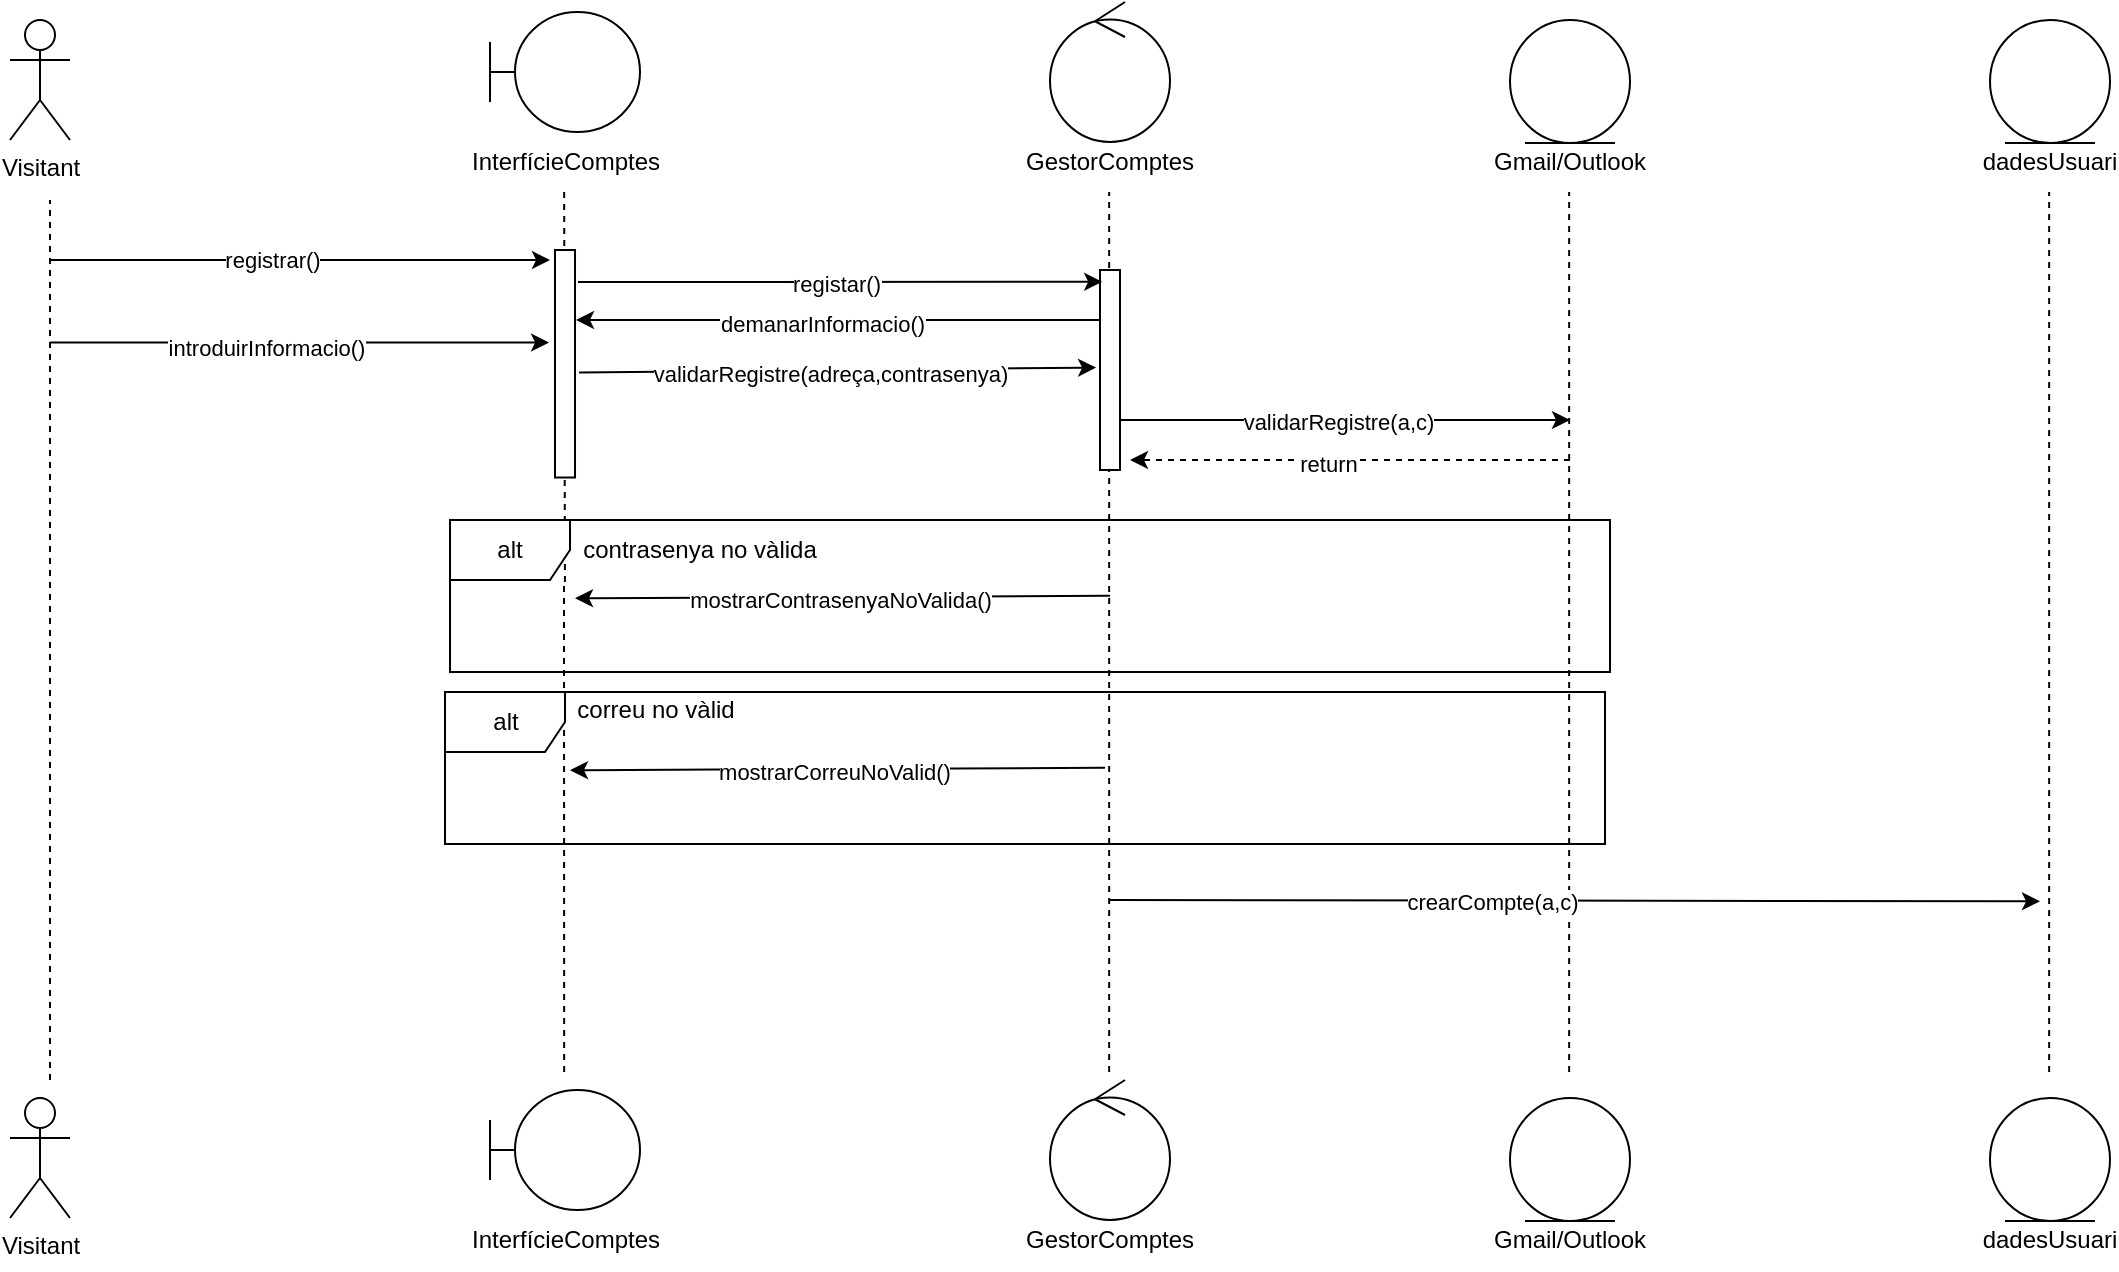
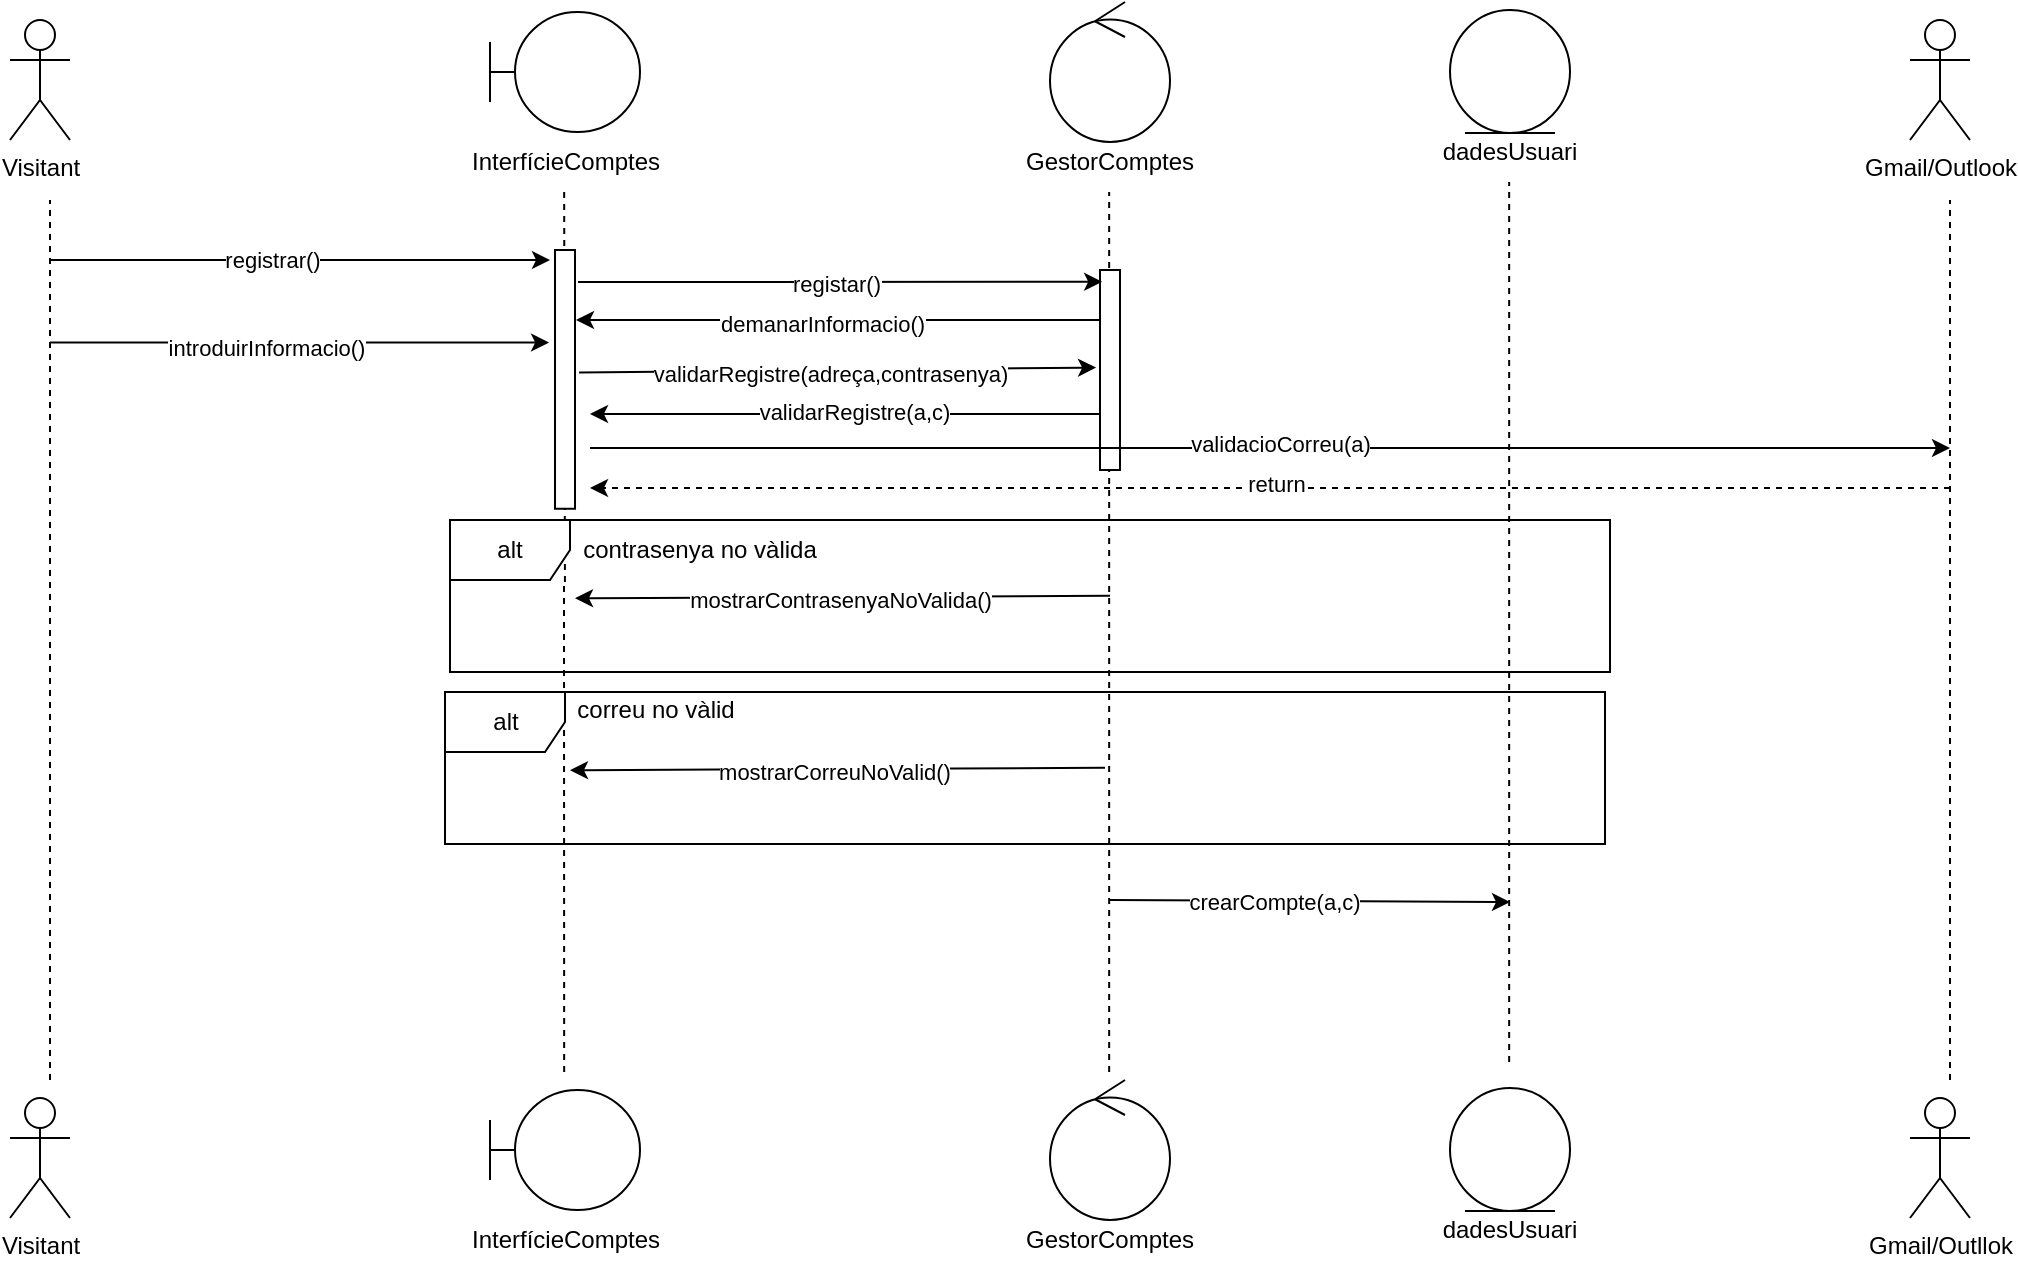
<mxfile host="Electron">
  <diagram name="Pàgina-1" id="qvVAie-Hl5Rr7k6o38sZ">
-     <mxGraphModel dx="1414" dy="882" grid="1" gridSize="10" guides="1" tooltips="1" connect="1" arrows="1" fold="1" page="1" pageScale="1" pageWidth="1169" pageHeight="827" math="0" shadow="0">
+     <mxGraphModel dx="1347" dy="840" grid="1" gridSize="10" guides="1" tooltips="1" connect="1" arrows="1" fold="1" page="1" pageScale="1" pageWidth="1169" pageHeight="827" math="0" shadow="0">
      <root>
        <mxCell id="0" />
        <mxCell id="1" parent="0" />
        <mxCell id="b8Wn0gmdy3Yzb2cbIPzx-2" parent="1" style="shape=umlActor;verticalLabelPosition=bottom;verticalAlign=top;html=1;outlineConnect=0;" value="Visitant" vertex="1">
-           <mxGeometry height="60" width="30" x="70" y="106" as="geometry" />
+           <mxGeometry height="60" width="30" x="80" y="105" as="geometry" />
        </mxCell>
        <mxCell id="b8Wn0gmdy3Yzb2cbIPzx-11" connectable="0" parent="1" style="group" value="" vertex="1">
-           <mxGeometry height="90" width="75" x="310" y="102" as="geometry" />
+           <mxGeometry height="90" width="75" x="320" y="101" as="geometry" />
        </mxCell>
        <mxCell id="b8Wn0gmdy3Yzb2cbIPzx-6" parent="b8Wn0gmdy3Yzb2cbIPzx-11" style="shape=umlBoundary;whiteSpace=wrap;html=1;" value="" vertex="1">
          <mxGeometry height="60" width="75" as="geometry" />
        </mxCell>
        <mxCell id="b8Wn0gmdy3Yzb2cbIPzx-9" parent="b8Wn0gmdy3Yzb2cbIPzx-11" style="text;html=1;whiteSpace=wrap;strokeColor=none;fillColor=none;align=center;verticalAlign=middle;rounded=0;" value="InterfícieComptes" vertex="1">
          <mxGeometry height="30" width="60" x="7.5" y="60" as="geometry" />
        </mxCell>
        <mxCell id="b8Wn0gmdy3Yzb2cbIPzx-14" connectable="0" parent="1" style="group" value="" vertex="1">
-           <mxGeometry height="95" width="60" x="590" y="97" as="geometry" />
+           <mxGeometry height="95" width="60" x="600" y="96" as="geometry" />
        </mxCell>
        <mxCell id="b8Wn0gmdy3Yzb2cbIPzx-12" parent="b8Wn0gmdy3Yzb2cbIPzx-14" style="ellipse;shape=umlControl;whiteSpace=wrap;html=1;" value="" vertex="1">
          <mxGeometry height="70" width="60" as="geometry" />
        </mxCell>
        <mxCell id="b8Wn0gmdy3Yzb2cbIPzx-13" parent="b8Wn0gmdy3Yzb2cbIPzx-14" style="text;html=1;whiteSpace=wrap;strokeColor=none;fillColor=none;align=center;verticalAlign=middle;rounded=0;" value="GestorComptes" vertex="1">
          <mxGeometry height="30" width="60" y="65" as="geometry" />
        </mxCell>
        <mxCell id="b8Wn0gmdy3Yzb2cbIPzx-15" edge="1" parent="1" style="endArrow=none;dashed=1;html=1;rounded=0;" value="">
          <mxGeometry height="50" relative="1" width="50" as="geometry">
-             <mxPoint x="90" y="636" as="sourcePoint" />
-             <mxPoint x="90" y="196" as="targetPoint" />
+             <mxPoint x="100" y="635" as="sourcePoint" />
+             <mxPoint x="100" y="195" as="targetPoint" />
          </mxGeometry>
        </mxCell>
        <mxCell id="b8Wn0gmdy3Yzb2cbIPzx-16" edge="1" parent="1" style="endArrow=none;dashed=1;html=1;rounded=0;" value="">
          <mxGeometry height="50" relative="1" width="50" as="geometry">
-             <mxPoint x="347.46769230769223" y="387" as="sourcePoint" />
-             <mxPoint x="347.08000000000004" y="192" as="targetPoint" />
+             <mxPoint x="357.46769230769223" y="386" as="sourcePoint" />
+             <mxPoint x="357.08000000000004" y="191" as="targetPoint" />
          </mxGeometry>
        </mxCell>
        <mxCell id="b8Wn0gmdy3Yzb2cbIPzx-17" edge="1" parent="1" style="endArrow=none;dashed=1;html=1;rounded=0;" value="">
          <mxGeometry height="50" relative="1" width="50" as="geometry">
-             <mxPoint x="619.58" y="632" as="sourcePoint" />
-             <mxPoint x="619.58" y="192" as="targetPoint" />
+             <mxPoint x="629.58" y="631" as="sourcePoint" />
+             <mxPoint x="629.58" y="191" as="targetPoint" />
          </mxGeometry>
        </mxCell>
        <mxCell id="b8Wn0gmdy3Yzb2cbIPzx-18" edge="1" parent="1" style="endArrow=classic;html=1;rounded=0;" value="">
          <mxGeometry height="50" relative="1" width="50" as="geometry">
-             <mxPoint x="90" y="226" as="sourcePoint" />
-             <mxPoint x="340" y="226" as="targetPoint" />
+             <mxPoint x="100" y="225" as="sourcePoint" />
+             <mxPoint x="350" y="225" as="targetPoint" />
          </mxGeometry>
        </mxCell>
        <mxCell id="b8Wn0gmdy3Yzb2cbIPzx-19" connectable="0" parent="b8Wn0gmdy3Yzb2cbIPzx-18" style="edgeLabel;html=1;align=center;verticalAlign=middle;resizable=0;points=[];" value="registrar()" vertex="1">
          <mxGeometry relative="1" x="-0.1173" as="geometry">
            <mxPoint as="offset" />
          </mxGeometry>
        </mxCell>
        <mxCell id="b8Wn0gmdy3Yzb2cbIPzx-20" parent="1" style="rounded=0;whiteSpace=wrap;html=1;rotation=90;" value="" vertex="1">
-           <mxGeometry height="10" width="113.75" x="290.63" y="272.88" as="geometry" />
+           <mxGeometry height="10" width="129.37" x="292.82" y="279.69" as="geometry" />
        </mxCell>
        <mxCell id="b8Wn0gmdy3Yzb2cbIPzx-23" parent="1" style="rounded=0;whiteSpace=wrap;html=1;rotation=90;" value="" vertex="1">
-           <mxGeometry height="10" width="100" x="570" y="276" as="geometry" />
+           <mxGeometry height="10" width="100" x="580" y="275" as="geometry" />
        </mxCell>
        <mxCell id="b8Wn0gmdy3Yzb2cbIPzx-21" edge="1" parent="1" style="endArrow=classic;html=1;rounded=0;entryX=0.059;entryY=0.893;entryDx=0;entryDy=0;entryPerimeter=0;" target="b8Wn0gmdy3Yzb2cbIPzx-23" value="">
          <mxGeometry height="50" relative="1" width="50" as="geometry">
-             <mxPoint x="354" y="237" as="sourcePoint" />
-             <mxPoint x="610" y="236" as="targetPoint" />
+             <mxPoint x="364" y="236" as="sourcePoint" />
+             <mxPoint x="620" y="235" as="targetPoint" />
          </mxGeometry>
        </mxCell>
        <mxCell id="b8Wn0gmdy3Yzb2cbIPzx-22" connectable="0" parent="b8Wn0gmdy3Yzb2cbIPzx-21" style="edgeLabel;html=1;align=center;verticalAlign=middle;resizable=0;points=[];" value="registar()" vertex="1">
          <mxGeometry relative="1" x="-0.0192" y="-1" as="geometry">
            <mxPoint as="offset" />
          </mxGeometry>
        </mxCell>
        <mxCell id="b8Wn0gmdy3Yzb2cbIPzx-24" edge="1" parent="1" source="b8Wn0gmdy3Yzb2cbIPzx-23" style="endArrow=classic;html=1;rounded=0;exitX=0.25;exitY=1;exitDx=0;exitDy=0;" value="">
          <mxGeometry height="50" relative="1" width="50" as="geometry">
-             <mxPoint x="610" y="251" as="sourcePoint" />
-             <mxPoint x="353" y="256" as="targetPoint" />
+             <mxPoint x="620" y="250" as="sourcePoint" />
+             <mxPoint x="363" y="255" as="targetPoint" />
          </mxGeometry>
        </mxCell>
        <mxCell id="b8Wn0gmdy3Yzb2cbIPzx-25" connectable="0" parent="b8Wn0gmdy3Yzb2cbIPzx-24" style="edgeLabel;html=1;align=center;verticalAlign=middle;resizable=0;points=[];" value="demanarInformacio()" vertex="1">
          <mxGeometry relative="1" x="0.0654" y="2" as="geometry">
            <mxPoint as="offset" />
          </mxGeometry>
        </mxCell>
        <mxCell id="b8Wn0gmdy3Yzb2cbIPzx-26" edge="1" parent="1" style="endArrow=classic;html=1;rounded=0;entryX=0.559;entryY=1.295;entryDx=0;entryDy=0;entryPerimeter=0;" value="">
          <mxGeometry height="50" relative="1" width="50" as="geometry">
-             <mxPoint x="90" y="267.25" as="sourcePoint" />
-             <mxPoint x="339.54999999999995" y="267.2500000000001" as="targetPoint" />
+             <mxPoint x="100" y="266.25" as="sourcePoint" />
+             <mxPoint x="349.54999999999995" y="266.2500000000001" as="targetPoint" />
          </mxGeometry>
        </mxCell>
        <mxCell id="b8Wn0gmdy3Yzb2cbIPzx-27" connectable="0" parent="b8Wn0gmdy3Yzb2cbIPzx-26" style="edgeLabel;html=1;align=center;verticalAlign=middle;resizable=0;points=[];" value="introduirInformacio()" vertex="1">
          <mxGeometry relative="1" x="-0.1358" y="-2" as="geometry">
            <mxPoint as="offset" />
          </mxGeometry>
        </mxCell>
        <mxCell id="b8Wn0gmdy3Yzb2cbIPzx-28" edge="1" parent="1" style="endArrow=classic;html=1;rounded=0;exitX=0.865;exitY=-0.203;exitDx=0;exitDy=0;exitPerimeter=0;entryX=0.589;entryY=1.197;entryDx=0;entryDy=0;entryPerimeter=0;" value="">
          <mxGeometry height="50" relative="1" width="50" as="geometry">
-             <mxPoint x="354.5300000000002" y="282.23249999999996" as="sourcePoint" />
-             <mxPoint x="613.0300000000002" y="279.7700000000001" as="targetPoint" />
+             <mxPoint x="364.5300000000002" y="281.23249999999996" as="sourcePoint" />
+             <mxPoint x="623.0300000000002" y="278.7700000000001" as="targetPoint" />
          </mxGeometry>
        </mxCell>
        <mxCell id="b8Wn0gmdy3Yzb2cbIPzx-29" connectable="0" parent="b8Wn0gmdy3Yzb2cbIPzx-28" style="edgeLabel;html=1;align=center;verticalAlign=middle;resizable=0;points=[];" value="validarRegistre(adreça,contrasenya)" vertex="1">
          <mxGeometry relative="1" x="-0.0334" y="-2" as="geometry">
            <mxPoint as="offset" />
          </mxGeometry>
        </mxCell>
-         <mxCell id="b8Wn0gmdy3Yzb2cbIPzx-30" parent="1" style="ellipse;shape=umlEntity;whiteSpace=wrap;html=1;" value="" vertex="1">
-           <mxGeometry height="61.5" width="60" x="820" y="106" as="geometry" />
-         </mxCell>
-         <mxCell id="b8Wn0gmdy3Yzb2cbIPzx-31" parent="1" style="text;html=1;whiteSpace=wrap;strokeColor=none;fillColor=none;align=center;verticalAlign=middle;rounded=0;" value="Gmail/Outlook" vertex="1">
-           <mxGeometry height="30" width="60" x="820" y="162" as="geometry" />
-         </mxCell>
-         <mxCell id="b8Wn0gmdy3Yzb2cbIPzx-32" edge="1" parent="1" style="endArrow=none;dashed=1;html=1;rounded=0;" value="">
-           <mxGeometry height="50" relative="1" width="50" as="geometry">
-             <mxPoint x="849.58" y="632" as="sourcePoint" />
-             <mxPoint x="849.58" y="192" as="targetPoint" />
-           </mxGeometry>
-         </mxCell>
-         <mxCell id="b8Wn0gmdy3Yzb2cbIPzx-33" edge="1" parent="1" source="b8Wn0gmdy3Yzb2cbIPzx-23" style="endArrow=classic;html=1;rounded=0;exitX=0.75;exitY=0;exitDx=0;exitDy=0;" value="">
-           <mxGeometry height="50" relative="1" width="50" as="geometry">
-             <mxPoint x="630" y="306" as="sourcePoint" />
-             <mxPoint x="850" y="306" as="targetPoint" />
+         <mxCell id="b8Wn0gmdy3Yzb2cbIPzx-33" edge="1" parent="1" style="endArrow=classic;html=1;rounded=0;exitX=0.75;exitY=1;exitDx=0;exitDy=0;" value="">
+           <mxGeometry height="50" relative="1" width="50" as="geometry">
+             <mxPoint x="625" y="302" as="sourcePoint" />
+             <mxPoint x="370" y="302" as="targetPoint" />
          </mxGeometry>
        </mxCell>
        <mxCell id="b8Wn0gmdy3Yzb2cbIPzx-34" connectable="0" parent="b8Wn0gmdy3Yzb2cbIPzx-33" style="edgeLabel;html=1;align=center;verticalAlign=middle;resizable=0;points=[];" value="validarRegistre(a,c)" vertex="1">
          <mxGeometry relative="1" x="-0.0341" y="-1" as="geometry">
            <mxPoint as="offset" />
          </mxGeometry>
        </mxCell>
-         <mxCell id="b8Wn0gmdy3Yzb2cbIPzx-35" edge="1" parent="1" style="endArrow=classic;html=1;rounded=0;dashed=1;" value="">
-           <mxGeometry height="50" relative="1" width="50" as="geometry">
-             <mxPoint x="850" y="326" as="sourcePoint" />
-             <mxPoint x="630" y="326" as="targetPoint" />
-           </mxGeometry>
-         </mxCell>
-         <mxCell id="b8Wn0gmdy3Yzb2cbIPzx-36" connectable="0" parent="b8Wn0gmdy3Yzb2cbIPzx-35" style="edgeLabel;html=1;align=center;verticalAlign=middle;resizable=0;points=[];" value="return" vertex="1">
-           <mxGeometry relative="1" x="0.103" y="2" as="geometry">
-             <mxPoint as="offset" />
-           </mxGeometry>
-         </mxCell>
        <mxCell id="b8Wn0gmdy3Yzb2cbIPzx-37" parent="1" style="shape=umlFrame;whiteSpace=wrap;html=1;pointerEvents=0;" value="alt" vertex="1">
-           <mxGeometry height="76" width="580" x="290" y="356" as="geometry" />
+           <mxGeometry height="76" width="580" x="300" y="355" as="geometry" />
        </mxCell>
        <mxCell id="b8Wn0gmdy3Yzb2cbIPzx-38" parent="1" style="text;html=1;whiteSpace=wrap;strokeColor=none;fillColor=none;align=center;verticalAlign=middle;rounded=0;" value="contrasenya no vàlida" vertex="1">
-           <mxGeometry height="30" width="150" x="340" y="356" as="geometry" />
+           <mxGeometry height="30" width="150" x="350" y="355" as="geometry" />
        </mxCell>
        <mxCell id="b8Wn0gmdy3Yzb2cbIPzx-39" edge="1" parent="1" style="endArrow=classic;html=1;rounded=0;entryX=0.25;entryY=0;entryDx=0;entryDy=0;" value="">
          <mxGeometry height="50" relative="1" width="50" as="geometry">
-             <mxPoint x="620" y="393.89406593406596" as="sourcePoint" />
-             <mxPoint x="352.5" y="395.125" as="targetPoint" />
+             <mxPoint x="630" y="392.89406593406596" as="sourcePoint" />
+             <mxPoint x="362.5" y="394.125" as="targetPoint" />
          </mxGeometry>
        </mxCell>
        <mxCell id="b8Wn0gmdy3Yzb2cbIPzx-42" connectable="0" parent="b8Wn0gmdy3Yzb2cbIPzx-39" style="edgeLabel;html=1;align=center;verticalAlign=middle;resizable=0;points=[];" value="mostrarContrasenyaNoValida()" vertex="1">
          <mxGeometry relative="1" x="0.0131" y="1" as="geometry">
            <mxPoint as="offset" />
          </mxGeometry>
        </mxCell>
        <mxCell id="b8Wn0gmdy3Yzb2cbIPzx-41" edge="1" parent="1" style="endArrow=none;dashed=1;html=1;rounded=0;" value="">
          <mxGeometry height="50" relative="1" width="50" as="geometry">
-             <mxPoint x="347.08000000000004" y="632" as="sourcePoint" />
-             <mxPoint x="347" y="386" as="targetPoint" />
+             <mxPoint x="357.08000000000004" y="631" as="sourcePoint" />
+             <mxPoint x="357" y="385" as="targetPoint" />
          </mxGeometry>
        </mxCell>
        <mxCell id="b8Wn0gmdy3Yzb2cbIPzx-46" parent="1" style="text;html=1;whiteSpace=wrap;strokeColor=none;fillColor=none;align=center;verticalAlign=middle;rounded=0;" value="dadesUsuari" vertex="1">
-           <mxGeometry height="30" width="60" x="1060" y="162" as="geometry" />
+           <mxGeometry height="30" width="60" x="800" y="156" as="geometry" />
        </mxCell>
        <mxCell id="b8Wn0gmdy3Yzb2cbIPzx-47" parent="1" style="ellipse;shape=umlEntity;whiteSpace=wrap;html=1;" value="" vertex="1">
-           <mxGeometry height="61.5" width="60" x="1060" y="106" as="geometry" />
+           <mxGeometry height="61.5" width="60" x="800" y="100" as="geometry" />
        </mxCell>
        <mxCell id="b8Wn0gmdy3Yzb2cbIPzx-48" edge="1" parent="1" style="endArrow=none;dashed=1;html=1;rounded=0;" value="">
          <mxGeometry height="50" relative="1" width="50" as="geometry">
-             <mxPoint x="1089.58" y="632" as="sourcePoint" />
-             <mxPoint x="1089.58" y="192" as="targetPoint" />
+             <mxPoint x="829.5799999999999" y="626" as="sourcePoint" />
+             <mxPoint x="829.5799999999999" y="186" as="targetPoint" />
          </mxGeometry>
        </mxCell>
        <mxCell id="b8Wn0gmdy3Yzb2cbIPzx-53" edge="1" parent="1" style="endArrow=classic;html=1;rounded=0;exitX=0.25;exitY=0;exitDx=0;exitDy=0;" value="">
          <mxGeometry height="50" relative="1" width="50" as="geometry">
-             <mxPoint x="620" y="546" as="sourcePoint" />
-             <mxPoint x="1084.9949999999997" y="546.6824999999999" as="targetPoint" />
+             <mxPoint x="630" y="545" as="sourcePoint" />
+             <mxPoint x="830" y="546" as="targetPoint" />
          </mxGeometry>
        </mxCell>
        <mxCell id="b8Wn0gmdy3Yzb2cbIPzx-54" connectable="0" parent="b8Wn0gmdy3Yzb2cbIPzx-53" style="edgeLabel;html=1;align=center;verticalAlign=middle;resizable=0;points=[];" value="crearCompte(a,c)" vertex="1">
          <mxGeometry relative="1" x="-0.1814" as="geometry">
            <mxPoint as="offset" />
          </mxGeometry>
        </mxCell>
        <mxCell id="b8Wn0gmdy3Yzb2cbIPzx-63" parent="1" style="shape=umlFrame;whiteSpace=wrap;html=1;pointerEvents=0;" value="alt" vertex="1">
-           <mxGeometry height="76" width="580" x="287.5" y="442" as="geometry" />
+           <mxGeometry height="76" width="580" x="297.5" y="441" as="geometry" />
        </mxCell>
        <mxCell id="b8Wn0gmdy3Yzb2cbIPzx-64" parent="1" style="text;html=1;whiteSpace=wrap;strokeColor=none;fillColor=none;align=center;verticalAlign=middle;rounded=0;" value="correu no vàlid" vertex="1">
-           <mxGeometry height="30" width="150" x="317.5" y="436" as="geometry" />
+           <mxGeometry height="30" width="150" x="327.5" y="435" as="geometry" />
        </mxCell>
        <mxCell id="b8Wn0gmdy3Yzb2cbIPzx-65" edge="1" parent="1" style="endArrow=classic;html=1;rounded=0;entryX=0.25;entryY=0;entryDx=0;entryDy=0;" value="">
          <mxGeometry height="50" relative="1" width="50" as="geometry">
-             <mxPoint x="617.5" y="479.89406593406596" as="sourcePoint" />
-             <mxPoint x="350" y="481.125" as="targetPoint" />
+             <mxPoint x="627.5" y="478.89406593406596" as="sourcePoint" />
+             <mxPoint x="360" y="480.125" as="targetPoint" />
          </mxGeometry>
        </mxCell>
        <mxCell id="b8Wn0gmdy3Yzb2cbIPzx-66" connectable="0" parent="b8Wn0gmdy3Yzb2cbIPzx-65" style="edgeLabel;html=1;align=center;verticalAlign=middle;resizable=0;points=[];" value="mostrarCorreuNoValid()" vertex="1">
          <mxGeometry relative="1" x="0.0131" y="1" as="geometry">
            <mxPoint as="offset" />
          </mxGeometry>
        </mxCell>
        <mxCell id="uUMD0QvA0uBDa8OYyUd7-1" parent="1" style="shape=umlActor;verticalLabelPosition=bottom;verticalAlign=top;html=1;outlineConnect=0;" value="Visitant" vertex="1">
-           <mxGeometry height="60" width="30" x="70" y="645" as="geometry" />
+           <mxGeometry height="60" width="30" x="80" y="644" as="geometry" />
        </mxCell>
        <mxCell id="uUMD0QvA0uBDa8OYyUd7-2" connectable="0" parent="1" style="group" value="" vertex="1">
-           <mxGeometry height="90" width="75" x="310" y="641" as="geometry" />
+           <mxGeometry height="90" width="75" x="320" y="640" as="geometry" />
        </mxCell>
        <mxCell id="uUMD0QvA0uBDa8OYyUd7-3" parent="uUMD0QvA0uBDa8OYyUd7-2" style="shape=umlBoundary;whiteSpace=wrap;html=1;" value="" vertex="1">
          <mxGeometry height="60" width="75" as="geometry" />
        </mxCell>
        <mxCell id="uUMD0QvA0uBDa8OYyUd7-4" parent="uUMD0QvA0uBDa8OYyUd7-2" style="text;html=1;whiteSpace=wrap;strokeColor=none;fillColor=none;align=center;verticalAlign=middle;rounded=0;" value="InterfícieComptes" vertex="1">
          <mxGeometry height="30" width="60" x="7.5" y="60" as="geometry" />
        </mxCell>
        <mxCell id="uUMD0QvA0uBDa8OYyUd7-5" connectable="0" parent="1" style="group" value="" vertex="1">
-           <mxGeometry height="95" width="60" x="590" y="636" as="geometry" />
+           <mxGeometry height="95" width="60" x="600" y="635" as="geometry" />
        </mxCell>
        <mxCell id="uUMD0QvA0uBDa8OYyUd7-6" parent="uUMD0QvA0uBDa8OYyUd7-5" style="ellipse;shape=umlControl;whiteSpace=wrap;html=1;" value="" vertex="1">
          <mxGeometry height="70" width="60" as="geometry" />
        </mxCell>
        <mxCell id="uUMD0QvA0uBDa8OYyUd7-7" parent="uUMD0QvA0uBDa8OYyUd7-5" style="text;html=1;whiteSpace=wrap;strokeColor=none;fillColor=none;align=center;verticalAlign=middle;rounded=0;" value="GestorComptes" vertex="1">
          <mxGeometry height="30" width="60" y="65" as="geometry" />
        </mxCell>
-         <mxCell id="uUMD0QvA0uBDa8OYyUd7-8" parent="1" style="ellipse;shape=umlEntity;whiteSpace=wrap;html=1;" value="" vertex="1">
-           <mxGeometry height="61.5" width="60" x="820" y="645" as="geometry" />
-         </mxCell>
-         <mxCell id="uUMD0QvA0uBDa8OYyUd7-9" parent="1" style="text;html=1;whiteSpace=wrap;strokeColor=none;fillColor=none;align=center;verticalAlign=middle;rounded=0;" value="Gmail/Outlook" vertex="1">
-           <mxGeometry height="30" width="60" x="820" y="701" as="geometry" />
-         </mxCell>
        <mxCell id="uUMD0QvA0uBDa8OYyUd7-10" parent="1" style="text;html=1;whiteSpace=wrap;strokeColor=none;fillColor=none;align=center;verticalAlign=middle;rounded=0;" value="dadesUsuari" vertex="1">
-           <mxGeometry height="30" width="60" x="1060" y="701" as="geometry" />
+           <mxGeometry height="30" width="60" x="800" y="695" as="geometry" />
        </mxCell>
        <mxCell id="uUMD0QvA0uBDa8OYyUd7-11" parent="1" style="ellipse;shape=umlEntity;whiteSpace=wrap;html=1;" value="" vertex="1">
-           <mxGeometry height="61.5" width="60" x="1060" y="645" as="geometry" />
+           <mxGeometry height="61.5" width="60" x="800" y="639" as="geometry" />
+         </mxCell>
+         <mxCell id="LBXhYj8T6wbHVXrkrrWL-4" parent="1" style="shape=umlActor;verticalLabelPosition=bottom;verticalAlign=top;html=1;outlineConnect=0;" value="Gmail/Outlook" vertex="1">
+           <mxGeometry height="60" width="30" x="1030" y="105" as="geometry" />
+         </mxCell>
+         <mxCell id="LBXhYj8T6wbHVXrkrrWL-5" edge="1" parent="1" style="endArrow=none;dashed=1;html=1;rounded=0;" value="">
+           <mxGeometry height="50" relative="1" width="50" as="geometry">
+             <mxPoint x="1050" y="635" as="sourcePoint" />
+             <mxPoint x="1050" y="195" as="targetPoint" />
+           </mxGeometry>
+         </mxCell>
+         <mxCell id="LBXhYj8T6wbHVXrkrrWL-6" parent="1" style="shape=umlActor;verticalLabelPosition=bottom;verticalAlign=top;html=1;outlineConnect=0;" value="Gmail/Outllok" vertex="1">
+           <mxGeometry height="60" width="30" x="1030" y="644" as="geometry" />
+         </mxCell>
+         <mxCell id="LBXhYj8T6wbHVXrkrrWL-9" edge="1" parent="1" style="endArrow=classic;html=1;rounded=0;" value="">
+           <mxGeometry height="50" relative="1" width="50" as="geometry">
+             <mxPoint x="370" y="319" as="sourcePoint" />
+             <mxPoint x="1050" y="319" as="targetPoint" />
+           </mxGeometry>
+         </mxCell>
+         <mxCell id="LBXhYj8T6wbHVXrkrrWL-11" connectable="0" parent="LBXhYj8T6wbHVXrkrrWL-9" style="edgeLabel;html=1;align=center;verticalAlign=middle;resizable=0;points=[];" value="validacioCorreu(a)" vertex="1">
+           <mxGeometry relative="1" x="0.0127" y="2" as="geometry">
+             <mxPoint as="offset" />
+           </mxGeometry>
+         </mxCell>
+         <mxCell id="LBXhYj8T6wbHVXrkrrWL-10" edge="1" parent="1" style="endArrow=classic;html=1;rounded=0;dashed=1;" value="">
+           <mxGeometry height="50" relative="1" width="50" as="geometry">
+             <mxPoint x="1050" y="339" as="sourcePoint" />
+             <mxPoint x="370" y="339" as="targetPoint" />
+           </mxGeometry>
+         </mxCell>
+         <mxCell id="LBXhYj8T6wbHVXrkrrWL-12" connectable="0" parent="LBXhYj8T6wbHVXrkrrWL-10" style="edgeLabel;html=1;align=center;verticalAlign=middle;resizable=0;points=[];" value="return" vertex="1">
+           <mxGeometry relative="1" x="-0.0081" y="-2" as="geometry">
+             <mxPoint as="offset" />
+           </mxGeometry>
        </mxCell>
      </root>
    </mxGraphModel>
  </diagram>
</mxfile>
